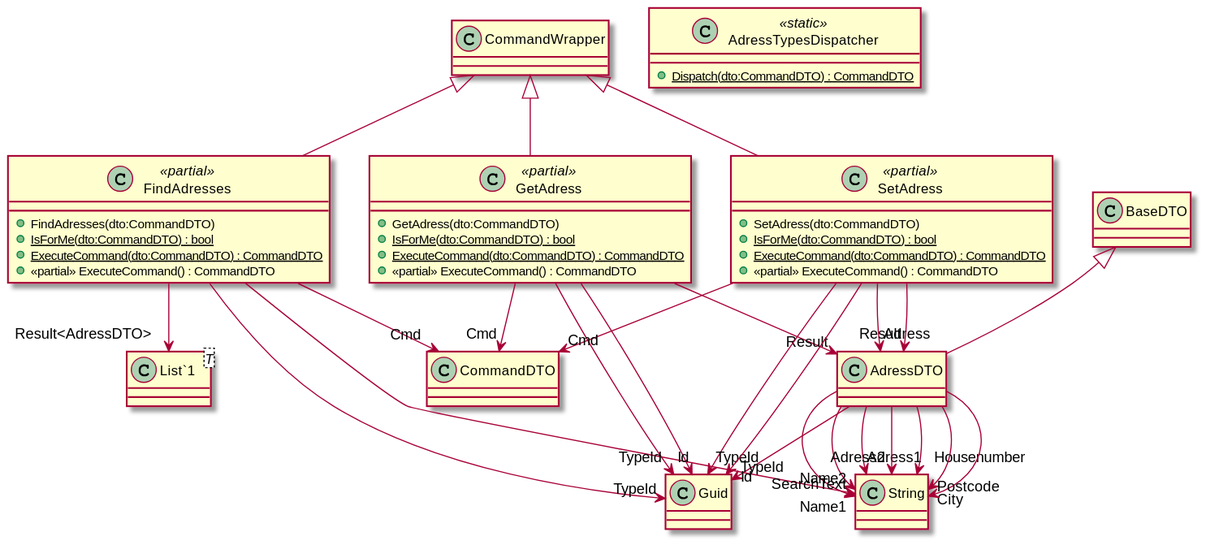
Earlier version of the PlantUML export wEBcMD/Doc/Types/cs/AdressTypes.svg (kokolorix/wEBcMD). Its diagram source:
```plantuml
@startuml
class AdressDTO {
}
class FindAdresses <<partial>> {
    + FindAdresses(dto:CommandDTO)
    + {static} IsForMe(dto:CommandDTO) : bool
    + {static} ExecuteCommand(dto:CommandDTO) : CommandDTO
    + <<partial>> ExecuteCommand() : CommandDTO
}
class GetAdress <<partial>> {
    + GetAdress(dto:CommandDTO)
    + {static} IsForMe(dto:CommandDTO) : bool
    + {static} ExecuteCommand(dto:CommandDTO) : CommandDTO
    + <<partial>> ExecuteCommand() : CommandDTO
}
class SetAdress <<partial>> {
    + SetAdress(dto:CommandDTO)
    + {static} IsForMe(dto:CommandDTO) : bool
    + {static} ExecuteCommand(dto:CommandDTO) : CommandDTO
    + <<partial>> ExecuteCommand() : CommandDTO
}
class AdressTypesDispatcher <<static>> {
    + {static} Dispatch(dto:CommandDTO) : CommandDTO
}
class "List`1"<T> {
}
BaseDTO <|-- AdressDTO
AdressDTO --> "TypeId" Guid
AdressDTO --> "Name1" String
AdressDTO --> "Name2" String
AdressDTO --> "Adress1" String
AdressDTO --> "Adress2" String
AdressDTO --> "Housenumber" String
AdressDTO --> "City" String
AdressDTO --> "Postcode" String
CommandWrapper <|-- FindAdresses
FindAdresses --> "TypeId" Guid
FindAdresses --> "Cmd" CommandDTO
FindAdresses --> "SearchText" String
FindAdresses --> "Result<AdressDTO>" "List`1"
CommandWrapper <|-- GetAdress
GetAdress --> "TypeId" Guid
GetAdress --> "Cmd" CommandDTO
GetAdress --> "Id" Guid
GetAdress --> "Result" AdressDTO
CommandWrapper <|-- SetAdress
SetAdress --> "TypeId" Guid
SetAdress --> "Cmd" CommandDTO
SetAdress --> "Id" Guid
SetAdress --> "Adress" AdressDTO
SetAdress --> "Result" AdressDTO
@enduml
```
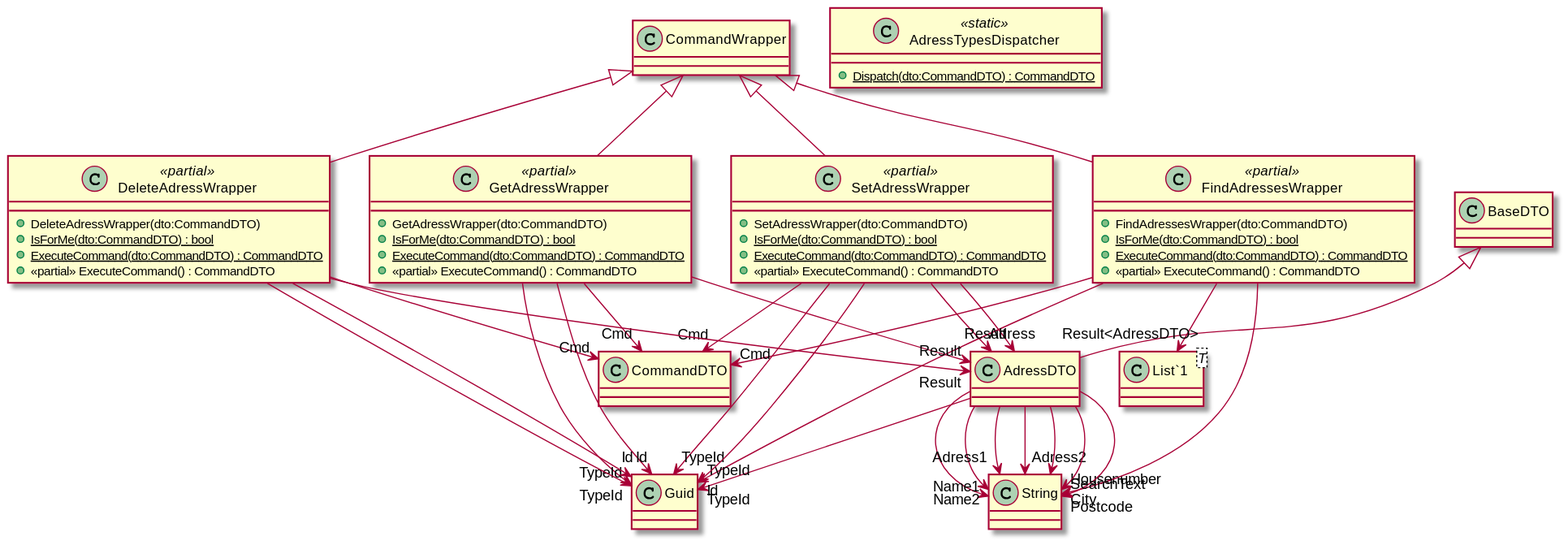
Above is the later version.

Diff of the diagram source:
```diff
@@ -1,20 +1,26 @@
 @startuml
 class AdressDTO {
 }
-class FindAdresses <<partial>> {
-    + FindAdresses(dto:CommandDTO)
+class FindAdressesWrapper <<partial>> {
+    + FindAdressesWrapper(dto:CommandDTO)
     + {static} IsForMe(dto:CommandDTO) : bool
     + {static} ExecuteCommand(dto:CommandDTO) : CommandDTO
     + <<partial>> ExecuteCommand() : CommandDTO
 }
-class GetAdress <<partial>> {
-    + GetAdress(dto:CommandDTO)
+class GetAdressWrapper <<partial>> {
+    + GetAdressWrapper(dto:CommandDTO)
     + {static} IsForMe(dto:CommandDTO) : bool
     + {static} ExecuteCommand(dto:CommandDTO) : CommandDTO
     + <<partial>> ExecuteCommand() : CommandDTO
 }
-class SetAdress <<partial>> {
-    + SetAdress(dto:CommandDTO)
+class SetAdressWrapper <<partial>> {
+    + SetAdressWrapper(dto:CommandDTO)
+    + {static} IsForMe(dto:CommandDTO) : bool
+    + {static} ExecuteCommand(dto:CommandDTO) : CommandDTO
+    + <<partial>> ExecuteCommand() : CommandDTO
+}
+class DeleteAdressWrapper <<partial>> {
+    + DeleteAdressWrapper(dto:CommandDTO)
     + {static} IsForMe(dto:CommandDTO) : bool
     + {static} ExecuteCommand(dto:CommandDTO) : CommandDTO
     + <<partial>> ExecuteCommand() : CommandDTO
@@ -33,20 +39,25 @@
 AdressDTO --> "Housenumber" String
 AdressDTO --> "City" String
 AdressDTO --> "Postcode" String
-CommandWrapper <|-- FindAdresses
-FindAdresses --> "TypeId" Guid
-FindAdresses --> "Cmd" CommandDTO
-FindAdresses --> "SearchText" String
-FindAdresses --> "Result<AdressDTO>" "List`1"
-CommandWrapper <|-- GetAdress
-GetAdress --> "TypeId" Guid
-GetAdress --> "Cmd" CommandDTO
-GetAdress --> "Id" Guid
-GetAdress --> "Result" AdressDTO
-CommandWrapper <|-- SetAdress
-SetAdress --> "TypeId" Guid
-SetAdress --> "Cmd" CommandDTO
-SetAdress --> "Id" Guid
-SetAdress --> "Adress" AdressDTO
-SetAdress --> "Result" AdressDTO
+CommandWrapper <|-- FindAdressesWrapper
+FindAdressesWrapper --> "TypeId" Guid
+FindAdressesWrapper --> "Cmd" CommandDTO
+FindAdressesWrapper --> "SearchText" String
+FindAdressesWrapper --> "Result<AdressDTO>" "List`1"
+CommandWrapper <|-- GetAdressWrapper
+GetAdressWrapper --> "TypeId" Guid
+GetAdressWrapper --> "Cmd" CommandDTO
+GetAdressWrapper --> "Id" Guid
+GetAdressWrapper --> "Result" AdressDTO
+CommandWrapper <|-- SetAdressWrapper
+SetAdressWrapper --> "TypeId" Guid
+SetAdressWrapper --> "Cmd" CommandDTO
+SetAdressWrapper --> "Id" Guid
+SetAdressWrapper --> "Adress" AdressDTO
+SetAdressWrapper --> "Result" AdressDTO
+CommandWrapper <|-- DeleteAdressWrapper
+DeleteAdressWrapper --> "TypeId" Guid
+DeleteAdressWrapper --> "Cmd" CommandDTO
+DeleteAdressWrapper --> "Id" Guid
+DeleteAdressWrapper --> "Result" AdressDTO
 @enduml
```
